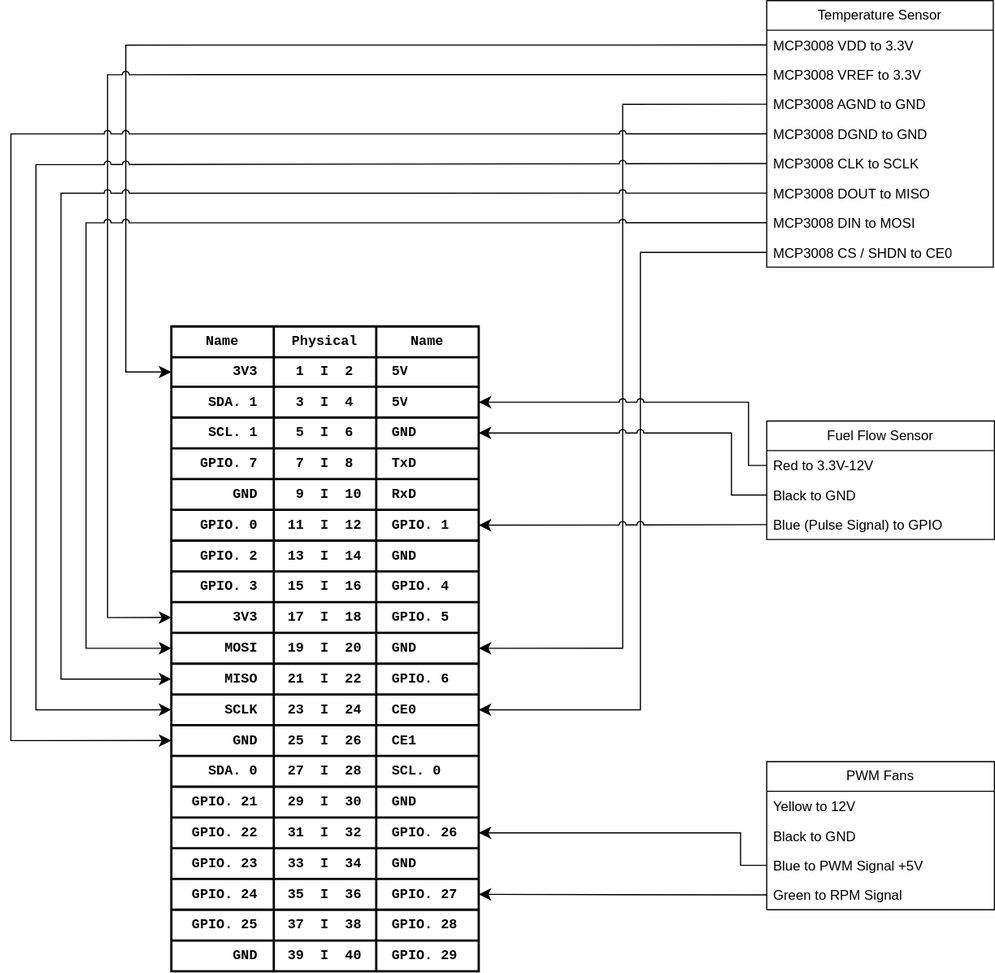
The draw.io diagram Pi_Pin_Layout.drawio.svg in uniqueident/Baja-2025, before a commit. Source tidied: cells renumbered, new cells last; positions are measured from the earlier drawing's top-left corner, leaving out a move shared by most shapes.
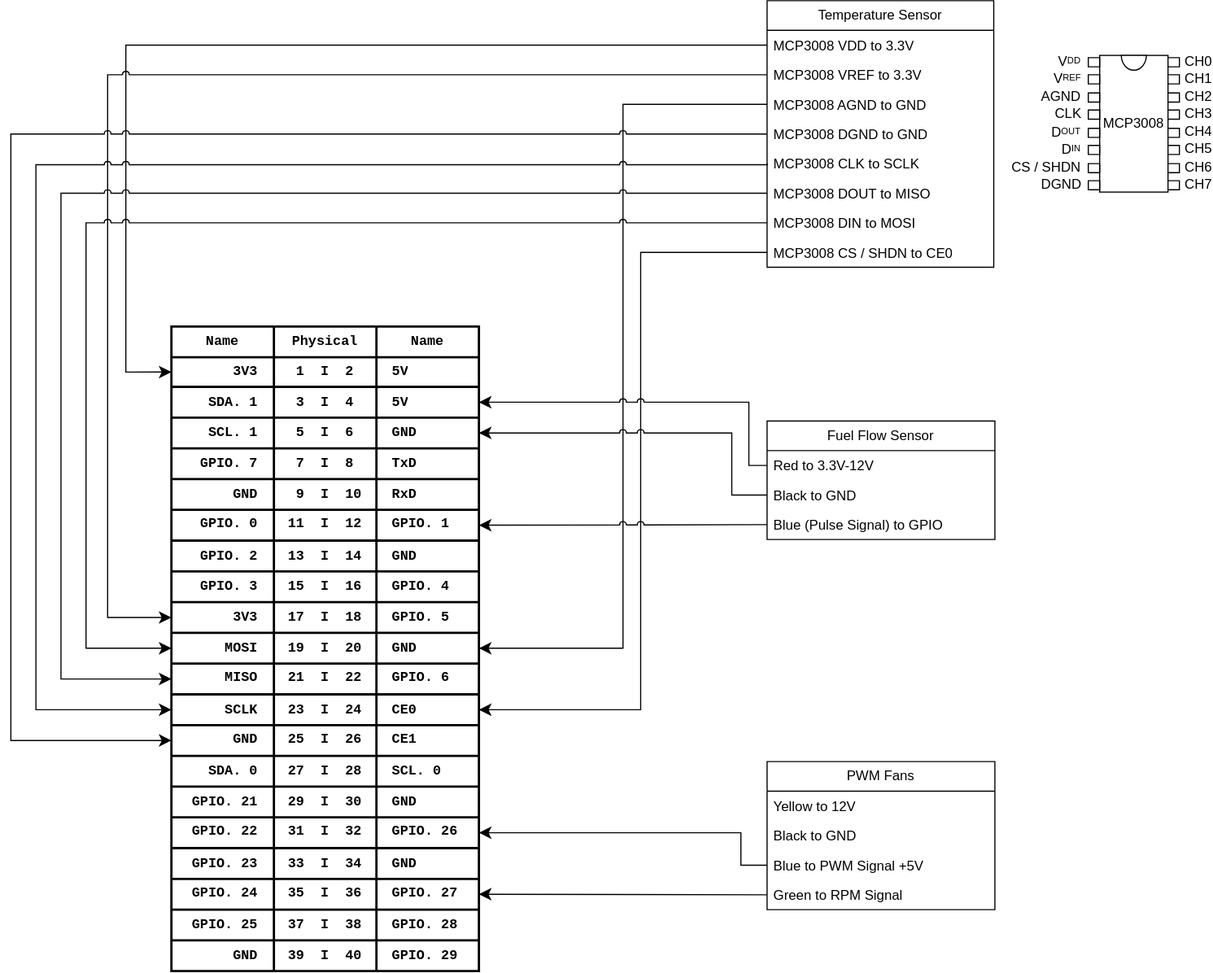
After the commit.

Change to the diagram source:
```diff
@@ -406,5 +406,62 @@
         </Array>
       </mxGeometry>
     </mxCell>
+    <mxCell id="118" style="group;flipH=1;" parent="1" vertex="1">
+      <mxGeometry x="946" y="48" width="80" height="120" as="geometry" />
+    </mxCell>
+    <mxCell id="119" value="MCP3008" style="whiteSpace=wrap;html=1;rotation=90;flipV=0;horizontal=0;" parent="118" vertex="1">
+      <mxGeometry x="-20" y="30" width="120" height="60" as="geometry" />
+    </mxCell>
+    <mxCell id="120" style="verticalLabelPosition=bottom;verticalAlign=top;html=1;shape=mxgraph.basic.half_circle;rotation=0;" parent="118" vertex="1">
+      <mxGeometry x="29" width="22" height="13" as="geometry" />
+    </mxCell>
+    <mxCell id="121" value="&lt;div style=&quot;line-height: 100%;&quot;&gt;V&lt;font style=&quot;font-size: 8px; line-height: 100%;&quot;&gt;DD&lt;/font&gt;&lt;/div&gt;" style="verticalLabelPosition=top;verticalAlign=bottom;html=1;shape=mxgraph.basic.rect;fillColor2=none;strokeWidth=1;size=3.84;indent=5;rotation=-90;labelPosition=center;align=center;horizontal=1;textDirection=vertical-lr;spacing=0;spacingLeft=0;spacingRight=0;spacingBottom=-4;" parent="118" vertex="1">
+      <mxGeometry x="1" y="1" width="8" height="10" as="geometry" />
+    </mxCell>
+    <mxCell id="122" value="&lt;div style=&quot;line-height: 100%;&quot;&gt;V&lt;span style=&quot;font-size: 8px;&quot;&gt;REF&lt;/span&gt;&lt;/div&gt;" style="verticalLabelPosition=top;verticalAlign=bottom;html=1;shape=mxgraph.basic.rect;fillColor2=none;strokeWidth=1;size=3.84;indent=5;rotation=-90;labelPosition=center;align=center;horizontal=1;textDirection=vertical-lr;spacing=0;spacingLeft=0;spacingRight=0;spacingBottom=-4;" parent="118" vertex="1">
+      <mxGeometry x="1" y="16" width="8" height="10" as="geometry" />
+    </mxCell>
+    <mxCell id="123" value="&lt;div style=&quot;line-height: 100%;&quot;&gt;AGND&lt;/div&gt;" style="verticalLabelPosition=top;verticalAlign=bottom;html=1;shape=mxgraph.basic.rect;fillColor2=none;strokeWidth=1;size=3.84;indent=5;rotation=-90;labelPosition=center;align=center;horizontal=1;textDirection=vertical-lr;spacing=0;spacingLeft=0;spacingRight=0;spacingBottom=-4;" parent="118" vertex="1">
+      <mxGeometry x="1" y="32" width="8" height="10" as="geometry" />
+    </mxCell>
+    <mxCell id="124" value="&lt;div style=&quot;line-height: 100%;&quot;&gt;CLK&lt;/div&gt;" style="verticalLabelPosition=top;verticalAlign=bottom;html=1;shape=mxgraph.basic.rect;fillColor2=none;strokeWidth=1;size=3.84;indent=5;rotation=-90;labelPosition=center;align=center;horizontal=1;textDirection=vertical-lr;spacing=0;spacingLeft=0;spacingRight=0;spacingBottom=-4;" parent="118" vertex="1">
+      <mxGeometry x="1" y="47" width="8" height="10" as="geometry" />
+    </mxCell>
+    <mxCell id="125" value="&lt;div style=&quot;line-height: 100%;&quot;&gt;DGND&lt;/div&gt;" style="verticalLabelPosition=top;verticalAlign=bottom;html=1;shape=mxgraph.basic.rect;fillColor2=none;strokeWidth=1;size=3.84;indent=5;rotation=-90;labelPosition=center;align=center;horizontal=1;textDirection=vertical-lr;spacing=0;spacingLeft=0;spacingRight=0;spacingBottom=-4;" parent="118" vertex="1">
+      <mxGeometry x="1" y="109" width="8" height="10" as="geometry" />
+    </mxCell>
+    <mxCell id="126" value="&lt;div style=&quot;line-height: 100%;&quot;&gt;D&lt;span style=&quot;font-size: 8px;&quot;&gt;OUT&lt;/span&gt;&lt;/div&gt;" style="verticalLabelPosition=top;verticalAlign=bottom;html=1;shape=mxgraph.basic.rect;fillColor2=none;strokeWidth=1;size=3.84;indent=5;rotation=-90;labelPosition=center;align=center;horizontal=1;textDirection=vertical-lr;spacing=0;spacingLeft=0;spacingRight=0;spacingBottom=-4;" parent="118" vertex="1">
+      <mxGeometry x="1" y="63" width="8" height="10" as="geometry" />
+    </mxCell>
+    <mxCell id="127" value="&lt;div style=&quot;line-height: 100%;&quot;&gt;D&lt;font style=&quot;font-size: 8px; line-height: 100%;&quot;&gt;IN&lt;/font&gt;&lt;/div&gt;" style="verticalLabelPosition=top;verticalAlign=bottom;html=1;shape=mxgraph.basic.rect;fillColor2=none;strokeWidth=1;size=3.84;indent=5;rotation=-90;labelPosition=center;align=center;horizontal=1;textDirection=vertical-lr;spacing=0;spacingLeft=0;spacingRight=0;spacingBottom=-4;" parent="118" vertex="1">
+      <mxGeometry x="1" y="78" width="8" height="10" as="geometry" />
+    </mxCell>
+    <mxCell id="128" value="&lt;div style=&quot;line-height: 100%;&quot;&gt;CS / SHDN&lt;/div&gt;" style="verticalLabelPosition=top;verticalAlign=bottom;html=1;shape=mxgraph.basic.rect;fillColor2=none;strokeWidth=1;size=3.84;indent=5;rotation=-90;labelPosition=center;align=center;horizontal=1;textDirection=vertical-lr;spacing=0;spacingLeft=0;spacingRight=0;spacingBottom=-4;" parent="118" vertex="1">
+      <mxGeometry x="1" y="94" width="8" height="10" as="geometry" />
+    </mxCell>
+    <mxCell id="129" value="&lt;div style=&quot;line-height: 100%;&quot;&gt;CH0&lt;/div&gt;" style="verticalLabelPosition=bottom;verticalAlign=top;html=1;shape=mxgraph.basic.rect;fillColor2=none;strokeWidth=1;size=3.84;indent=5;rotation=-90;labelPosition=center;align=center;horizontal=1;textDirection=vertical-lr;spacing=0;" parent="118" vertex="1">
+      <mxGeometry x="71" y="1" width="8" height="10" as="geometry" />
+    </mxCell>
+    <mxCell id="130" value="&lt;div style=&quot;line-height: 100%;&quot;&gt;CH1&lt;/div&gt;" style="verticalLabelPosition=bottom;verticalAlign=top;html=1;shape=mxgraph.basic.rect;fillColor2=none;strokeWidth=1;size=3.84;indent=5;rotation=-90;labelPosition=center;align=center;horizontal=1;textDirection=vertical-lr;spacing=0;" parent="118" vertex="1">
+      <mxGeometry x="71" y="16" width="8" height="10" as="geometry" />
+    </mxCell>
+    <mxCell id="131" value="&lt;div style=&quot;line-height: 100%;&quot;&gt;CH2&lt;/div&gt;" style="verticalLabelPosition=bottom;verticalAlign=top;html=1;shape=mxgraph.basic.rect;fillColor2=none;strokeWidth=1;size=3.84;indent=5;rotation=-90;labelPosition=center;align=center;horizontal=1;textDirection=vertical-lr;spacing=0;" parent="118" vertex="1">
+      <mxGeometry x="71" y="32" width="8" height="10" as="geometry" />
+    </mxCell>
+    <mxCell id="132" value="&lt;div style=&quot;line-height: 100%;&quot;&gt;CH3&lt;/div&gt;" style="verticalLabelPosition=bottom;verticalAlign=top;html=1;shape=mxgraph.basic.rect;fillColor2=none;strokeWidth=1;size=3.84;indent=5;rotation=-90;labelPosition=center;align=center;horizontal=1;textDirection=vertical-lr;spacing=0;" parent="118" vertex="1">
+      <mxGeometry x="71" y="47" width="8" height="10" as="geometry" />
+    </mxCell>
+    <mxCell id="133" value="&lt;div style=&quot;line-height: 100%;&quot;&gt;CH7&lt;/div&gt;" style="verticalLabelPosition=bottom;verticalAlign=top;html=1;shape=mxgraph.basic.rect;fillColor2=none;strokeWidth=1;size=3.84;indent=5;rotation=-90;labelPosition=center;align=center;horizontal=1;textDirection=vertical-lr;spacing=0;" parent="118" vertex="1">
+      <mxGeometry x="71" y="109" width="8" height="10" as="geometry" />
+    </mxCell>
+    <mxCell id="134" value="&lt;div style=&quot;line-height: 100%;&quot;&gt;CH4&lt;/div&gt;" style="verticalLabelPosition=bottom;verticalAlign=top;html=1;shape=mxgraph.basic.rect;fillColor2=none;strokeWidth=1;size=3.84;indent=5;rotation=-90;labelPosition=center;align=center;horizontal=1;textDirection=vertical-lr;spacing=0;" parent="118" vertex="1">
+      <mxGeometry x="71" y="63" width="8" height="10" as="geometry" />
+    </mxCell>
+    <mxCell id="135" value="&lt;div style=&quot;line-height: 100%;&quot;&gt;CH5&lt;/div&gt;" style="verticalLabelPosition=bottom;verticalAlign=top;html=1;shape=mxgraph.basic.rect;fillColor2=none;strokeWidth=1;size=3.84;indent=5;rotation=-90;labelPosition=center;align=center;horizontal=1;textDirection=vertical-lr;spacing=0;" parent="118" vertex="1">
+      <mxGeometry x="71" y="78" width="8" height="10" as="geometry" />
+    </mxCell>
+    <mxCell id="136" value="&lt;div style=&quot;line-height: 100%;&quot;&gt;CH6&lt;/div&gt;" style="verticalLabelPosition=bottom;verticalAlign=top;html=1;shape=mxgraph.basic.rect;fillColor2=none;strokeWidth=1;size=3.84;indent=5;rotation=-90;labelPosition=center;align=center;horizontal=1;textDirection=vertical-lr;spacing=0;" parent="118" vertex="1">
+      <mxGeometry x="71" y="94" width="8" height="10" as="geometry" />
+    </mxCell>
   </root>
 </mxGraphModel>
```
